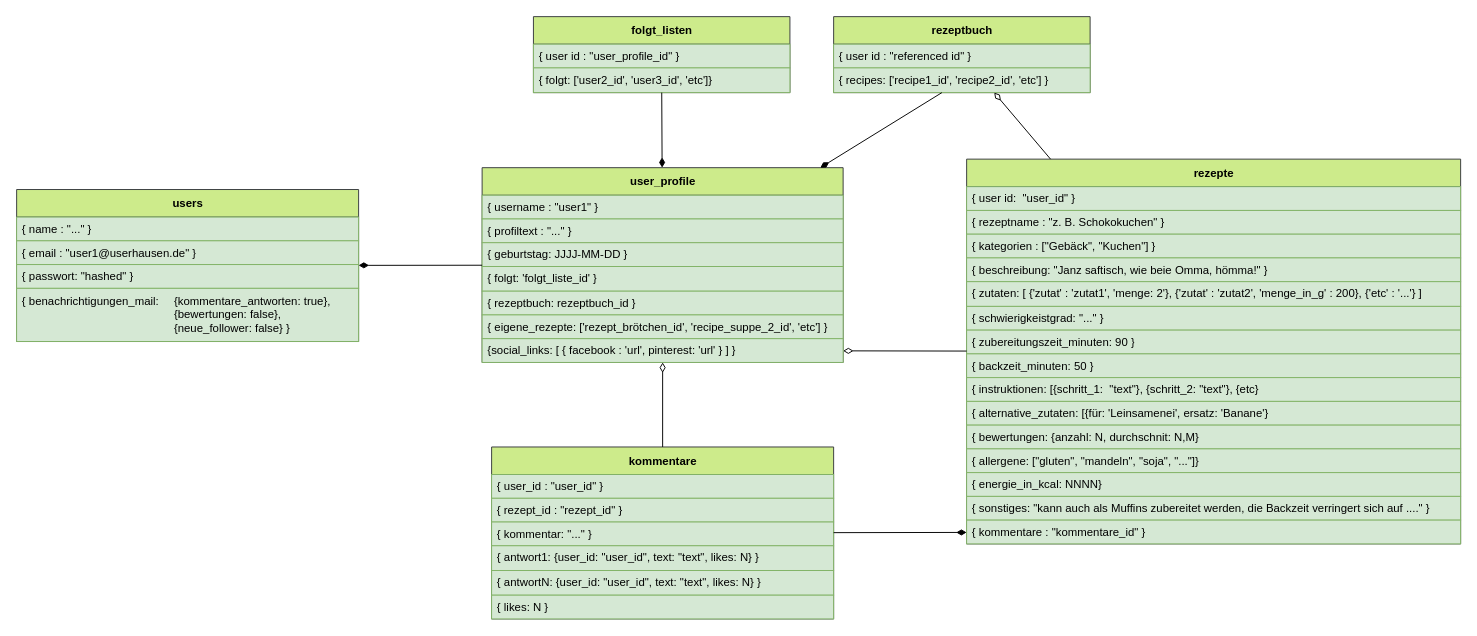
Above: klassendiagramm.drawio in MaPankow/MongoDB_Rezepte_Social_Network (draw.io), before the change. Source tidied: cells renumbered, new cells numbered last; positions are measured from the earlier drawing's top-left corner, leaving out a move shared by most shapes. Both pictures are drawn from the tidied source at 95%, with x=0, y=0 at pixel (16, 16).
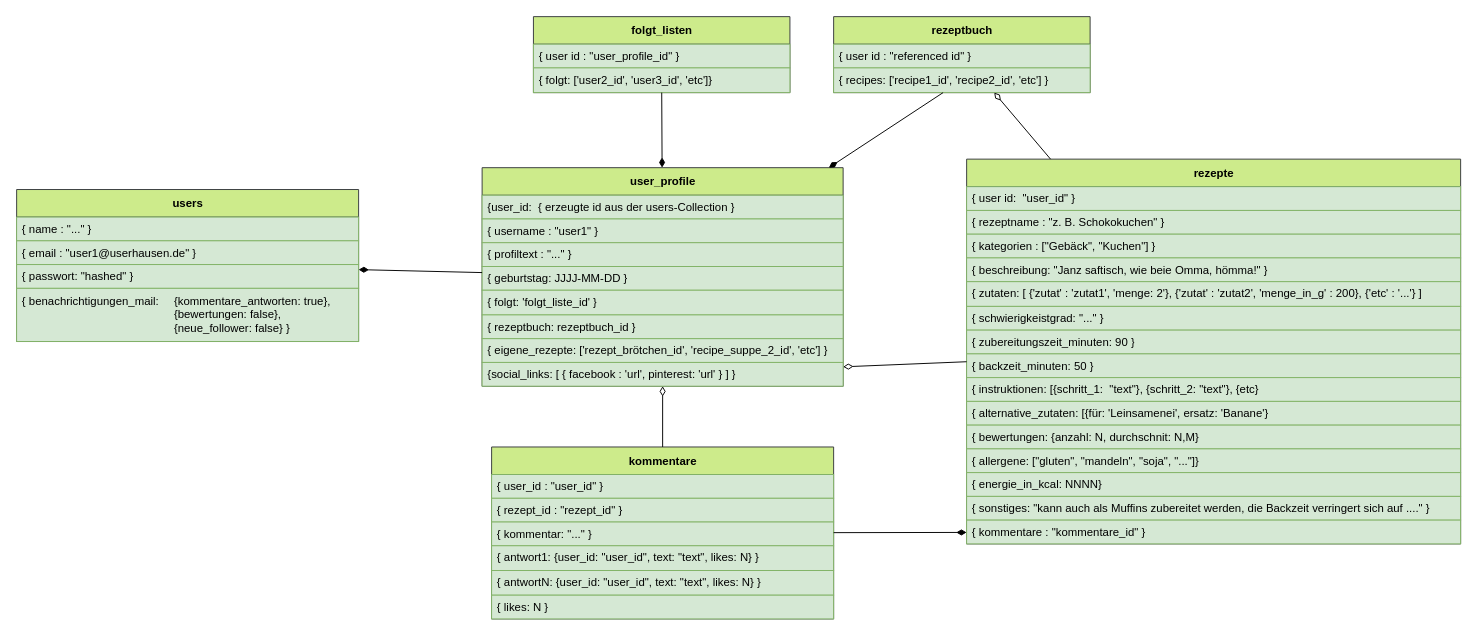
After the change.

Commit message (it also covers changes not shown here):
Collection user_profile erstellt und Daten eingefügt

Change to the diagram source:
```diff
@@
     <mxCell id="2" value="user_profile" style="swimlane;fontStyle=1;align=center;verticalAlign=middle;horizontal=1;startSize=29;html=1;fillColor=#cdeb8b;strokeColor=#36393d;" parent="1" vertex="1">
-      <mxGeometry x="490" y="159" width="380" height="205" as="geometry" />
+      <mxGeometry x="490" y="159" width="380" height="230" as="geometry" />
     </mxCell>
+    <mxCell id="51" value="{user_id:&amp;nbsp; { erzeugte id aus der users-Collection }" style="text;html=1;strokeColor=#82b366;fillColor=#d5e8d4;align=left;verticalAlign=middle;spacingLeft=4;spacingRight=4;overflow=hidden;" parent="2" vertex="1">
+      <mxGeometry y="29" width="380" height="25" as="geometry" />
+    </mxCell>
     <mxCell id="3" value="{ username : &quot;user1&quot; }" style="text;html=1;strokeColor=#82b366;fillColor=#d5e8d4;align=left;verticalAlign=middle;spacingLeft=4;spacingRight=4;overflow=hidden;" parent="2" vertex="1">
-      <mxGeometry y="29" width="380" height="25" as="geometry" />
+      <mxGeometry y="54" width="380" height="25" as="geometry" />
     </mxCell>
     <mxCell id="4" value="{ profiltext : &quot;...&quot; }" style="text;html=1;strokeColor=#82b366;fillColor=#d5e8d4;align=left;verticalAlign=middle;spacingLeft=4;spacingRight=4;overflow=hidden;" parent="2" vertex="1">
-      <mxGeometry y="54" width="380" height="25" as="geometry" />
+      <mxGeometry y="79" width="380" height="25" as="geometry" />
     </mxCell>
     <mxCell id="5" value="{ geburtstag: JJJJ-MM-DD }" style="text;html=1;strokeColor=#82b366;fillColor=#d5e8d4;align=left;verticalAlign=middle;spacingLeft=4;spacingRight=4;overflow=hidden;" parent="2" vertex="1">
-      <mxGeometry y="79" width="380" height="25" as="geometry" />
+      <mxGeometry y="104" width="380" height="25" as="geometry" />
     </mxCell>
     <mxCell id="6" value="{ folgt: 'folgt_liste_id' }" style="text;html=1;strokeColor=#82b366;fillColor=#d5e8d4;align=left;verticalAlign=middle;spacingLeft=4;spacingRight=4;overflow=hidden;" parent="2" vertex="1">
-      <mxGeometry y="104" width="380" height="26" as="geometry" />
+      <mxGeometry y="129" width="380" height="26" as="geometry" />
     </mxCell>
     <mxCell id="7" value="{ rezeptbuch: rezeptbuch_id }" style="text;html=1;strokeColor=#82b366;fillColor=#d5e8d4;align=left;verticalAlign=middle;spacingLeft=4;spacingRight=4;overflow=hidden;" parent="2" vertex="1">
-      <mxGeometry y="130" width="380" height="25" as="geometry" />
+      <mxGeometry y="155" width="380" height="25" as="geometry" />
     </mxCell>
     <mxCell id="8" value="{ eigene_rezepte: ['rezept_brötchen_id', 'recipe_suppe_2_id', 'etc'] }" style="text;html=1;strokeColor=#82b366;fillColor=#d5e8d4;align=left;verticalAlign=middle;spacingLeft=4;spacingRight=4;overflow=hidden;" parent="2" vertex="1">
-      <mxGeometry y="155" width="380" height="25" as="geometry" />
+      <mxGeometry y="180" width="380" height="25" as="geometry" />
     </mxCell>
     <mxCell id="9" value="{social_links: [ { facebook : 'url', pinterest: 'url' } ] }" style="text;html=1;strokeColor=#82b366;fillColor=#d5e8d4;align=left;verticalAlign=middle;spacingLeft=4;spacingRight=4;overflow=hidden;points=[[0,0.5],[1,0.5]];portConstraint=eastwest;" parent="2" vertex="1">
-      <mxGeometry y="180" width="380" height="25" as="geometry" />
+      <mxGeometry y="205" width="380" height="25" as="geometry" />
     </mxCell>
```
